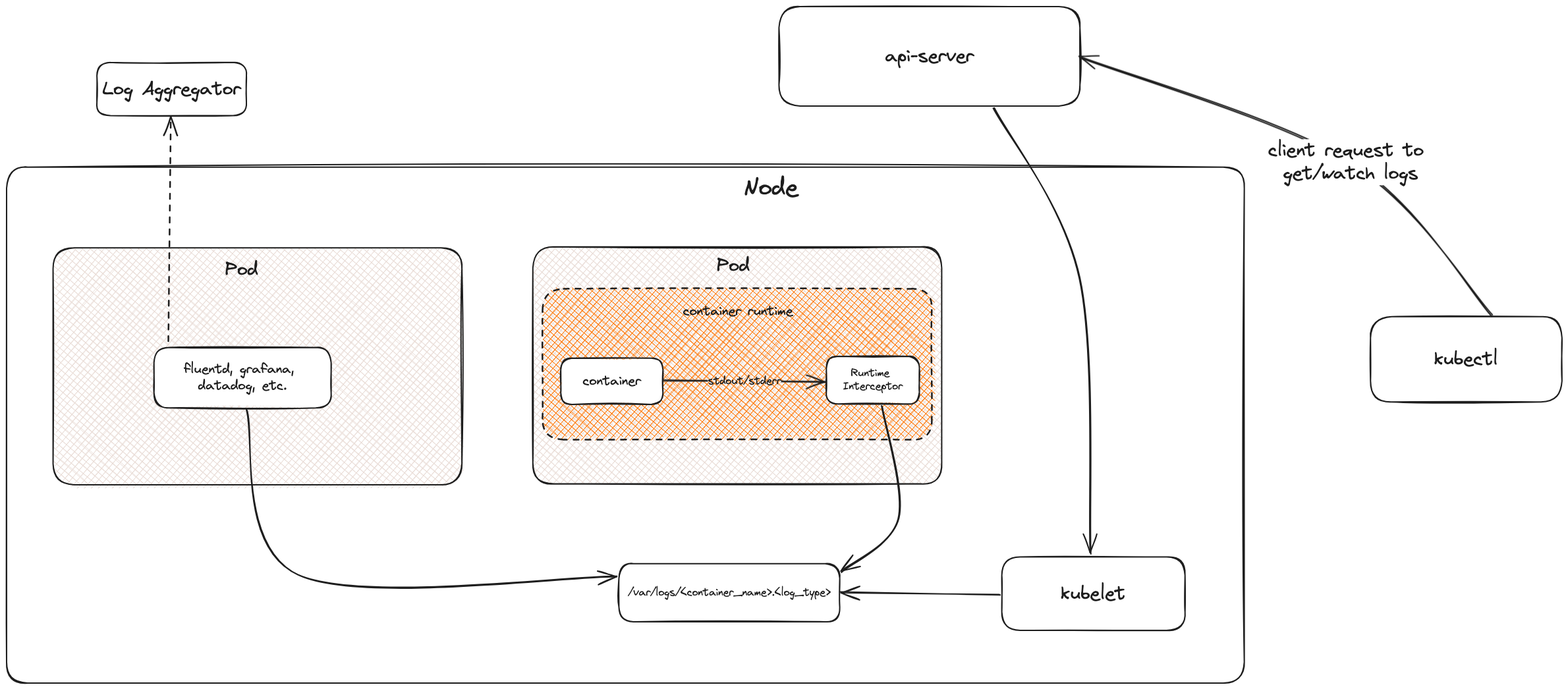
Earlier version of the Excalidraw export static/diagrams/container-logs.excalidraw.png (AnshumanTripathi/anshumantripathi.github.io). Source tidied: one line per element, renumbered; positions are measured from the earlier drawing's top-left corner, leaving out a move shared by most shapes.
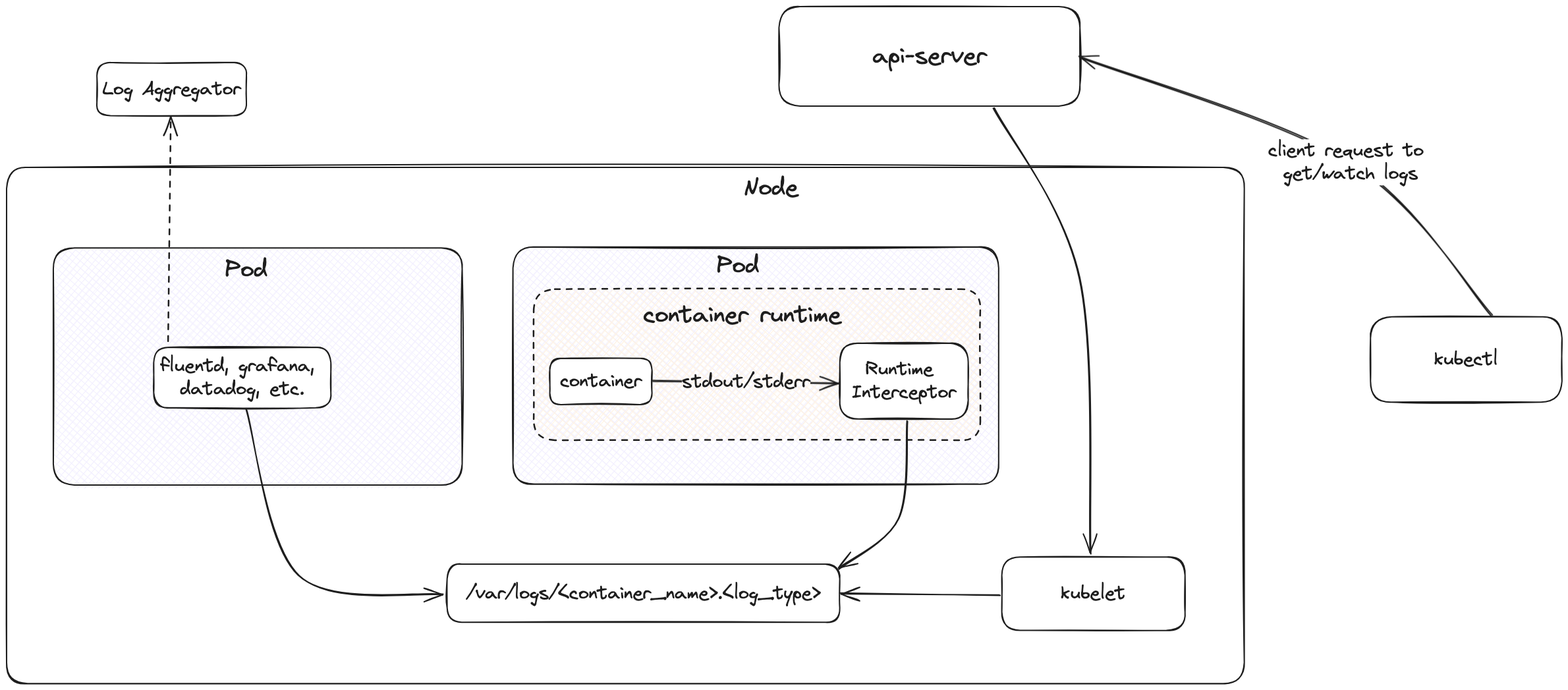
Above is the later version.

Commit message:
Update container logging diagram

Change to the diagram source:
```diff
@@ -1,33 +1,33 @@
 {"id": 0, "type": "rectangle", "strokeColor": "#1e1e1e", "backgroundColor": "#ffffff", "fillStyle": "solid", "strokeWidth": 2, "roughness": 1, "round": true, "x": 0, "y": 244, "width": 1879, "height": 783}
-{"id": 1, "type": "rectangle", "strokeColor": "#1e1e1e", "backgroundColor": "#eaddd7", "fillStyle": "cross-hatch", "strokeWidth": 2, "roughness": 1, "round": true, "x": 799, "y": 365, "width": 621, "height": 360}
+{"id": 1, "type": "rectangle", "strokeColor": "#1e1e1e", "backgroundColor": "#f3f0ff", "fillStyle": "cross-hatch", "strokeWidth": 2, "roughness": 1, "round": true, "x": 769, "y": 365, "width": 737, "height": 360}
-{"id": 2, "type": "rectangle", "strokeColor": "#1e1e1e", "backgroundColor": "#fd7e14", "fillStyle": "cross-hatch", "strokeWidth": 2, "strokeStyle": "dashed", "roughness": 1, "round": true, "x": 813, "y": 428, "width": 591, "height": 229}
+{"id": 2, "type": "rectangle", "strokeColor": "#1e1e1e", "backgroundColor": "#fff4e6", "fillStyle": "cross-hatch", "strokeWidth": 2, "strokeStyle": "dashed", "roughness": 1, "round": true, "x": 800, "y": 429, "width": 678, "height": 229}
-{"id": 3, "type": "rectangle", "strokeColor": "#1e1e1e", "backgroundColor": "#ffffff", "fillStyle": "solid", "strokeWidth": 2, "roughness": 1, "round": true, "x": 841, "y": 534, "width": 155, "height": 70}
+{"id": 3, "type": "rectangle", "strokeColor": "#1e1e1e", "backgroundColor": "#ffffff", "fillStyle": "solid", "strokeWidth": 2, "roughness": 1, "round": true, "x": 825, "y": 534, "width": 155, "height": 70}
-{"id": 4, "type": "text", "text": "container", "strokeColor": "#1e1e1e", "backgroundColor": "#ffffff", "fillStyle": "solid", "strokeWidth": 2, "strokeStyle": "dashed", "roughness": 1, "fontSize": 20, "fontFamily": 1, "textAlign": "center", "verticalAlign": "middle", "inside": 3, "x": 875, "y": 556, "width": 88, "height": 25}
+{"id": 4, "type": "text", "text": "container", "strokeColor": "#1e1e1e", "backgroundColor": "#ffffff", "fillStyle": "solid", "strokeWidth": 2, "strokeStyle": "dashed", "roughness": 1, "fontSize": 28, "fontFamily": 1, "textAlign": "center", "verticalAlign": "middle", "inside": 3, "x": 840, "y": 551, "width": 124, "height": 35}
-{"id": 5, "type": "text", "text": "container runtime", "strokeColor": "#1e1e1e", "backgroundColor": "#ffffff", "fillStyle": "solid", "strokeWidth": 2, "strokeStyle": "dashed", "roughness": 1, "fontSize": 20, "fontFamily": 1, "x": 1027, "y": 450, "width": 167, "height": 25}
+{"id": 5, "type": "text", "text": "container runtime", "strokeColor": "#1e1e1e", "backgroundColor": "#ffffff", "fillStyle": "solid", "strokeWidth": 2, "strokeStyle": "dashed", "roughness": 1, "fontSize": 36, "fontFamily": 1, "x": 966, "y": 446, "width": 300, "height": 45}
-{"id": 6, "type": "rectangle", "strokeColor": "#1e1e1e", "backgroundColor": "#ffffff", "fillStyle": "solid", "strokeWidth": 2, "roughness": 1, "round": true, "x": 1244, "y": 531, "width": 141, "height": 72}
+{"id": 6, "type": "rectangle", "strokeColor": "#1e1e1e", "backgroundColor": "#ffffff", "fillStyle": "solid", "strokeWidth": 2, "roughness": 1, "round": true, "x": 1265, "y": 511, "width": 195, "height": 115}
-{"id": 7, "type": "text", "text": "Runtime \nInterceptor", "strokeColor": "#1e1e1e", "backgroundColor": "#ffffff", "fillStyle": "solid", "strokeWidth": 2, "roughness": 1, "fontSize": 16, "fontFamily": 1, "textAlign": "center", "verticalAlign": "middle", "inside": 6, "x": 1270, "y": 547, "width": 90, "height": 40}
+{"id": 7, "type": "text", "text": "Runtime \nInterceptor", "strokeColor": "#1e1e1e", "backgroundColor": "#ffffff", "fillStyle": "solid", "strokeWidth": 2, "roughness": 1, "fontSize": 28, "fontFamily": 1, "textAlign": "center", "verticalAlign": "middle", "inside": 6, "x": 1283, "y": 533, "width": 158, "height": 70}
-{"id": 8, "type": "arrow", "strokeColor": "#1e1e1e", "backgroundColor": "#ffffff", "fillStyle": "solid", "strokeWidth": 2, "roughness": 1, "endArrowhead": "arrow", "round": true, "from": 3, "to": 6, "x": 997, "y": 568, "width": 246, "height": 2, "points": [[0, 0], [246, 2]]}
+{"id": 8, "type": "arrow", "strokeColor": "#1e1e1e", "backgroundColor": "#ffffff", "fillStyle": "solid", "strokeWidth": 2, "roughness": 1, "endArrowhead": "arrow", "round": true, "from": 3, "to": 6, "x": 981, "y": 568, "width": 283, "height": 3, "points": [[0, 0], [283, 3]]}
-{"id": 9, "type": "text", "text": "stdout/stderr", "strokeColor": "#1e1e1e", "backgroundColor": "#ffffff", "fillStyle": "solid", "strokeWidth": 2, "roughness": 1, "fontSize": 16, "fontFamily": 1, "textAlign": "center", "verticalAlign": "middle", "inside": 8, "x": 1032, "y": 464, "width": 111, "height": 20}
+{"id": 9, "type": "text", "text": "stdout/stderr", "strokeColor": "#1e1e1e", "backgroundColor": "#ffffff", "fillStyle": "solid", "strokeWidth": 2, "roughness": 1, "fontSize": 28, "fontFamily": 1, "textAlign": "center", "verticalAlign": "middle", "inside": 8, "x": 1033, "y": 552, "width": 195, "height": 35}
-{"id": 10, "type": "rectangle", "strokeColor": "#1e1e1e", "backgroundColor": "#ffffff", "fillStyle": "solid", "strokeWidth": 2, "roughness": 1, "round": true, "x": 929, "y": 846, "width": 335, "height": 88}
+{"id": 10, "type": "rectangle", "strokeColor": "#1e1e1e", "backgroundColor": "#ffffff", "fillStyle": "solid", "strokeWidth": 2, "roughness": 1, "round": true, "x": 669, "y": 846, "width": 596, "height": 88}
-{"id": 11, "type": "text", "text": "/var/logs/<container_name>.<log_type>", "strokeColor": "#1e1e1e", "backgroundColor": "#ffffff", "fillStyle": "solid", "strokeWidth": 2, "roughness": 1, "fontSize": 16, "fontFamily": 1, "textAlign": "center", "verticalAlign": "middle", "inside": 10, "x": 943, "y": 880, "width": 307, "height": 20}
+{"id": 11, "type": "text", "text": "/var/logs/<container_name>.<log_type>", "strokeColor": "#1e1e1e", "backgroundColor": "#ffffff", "fillStyle": "solid", "strokeWidth": 2, "roughness": 1, "fontSize": 28, "fontFamily": 1, "textAlign": "center", "verticalAlign": "middle", "inside": 10, "x": 698, "y": 873, "width": 538, "height": 35}
-{"id": 12, "type": "arrow", "strokeColor": "#1e1e1e", "backgroundColor": "#ffffff", "fillStyle": "solid", "strokeWidth": 2, "roughness": 1, "endArrowhead": "arrow", "round": true, "from": 6, "to": 10, "x": 1328, "y": 607, "width": 88, "height": 251, "points": [[0, 0], [27, 171], [-61, 251]]}
+{"id": 12, "type": "arrow", "strokeColor": "#1e1e1e", "backgroundColor": "#ffffff", "fillStyle": "solid", "strokeWidth": 2, "roughness": 1, "endArrowhead": "arrow", "round": true, "from": 6, "x": 1367, "y": 630, "width": 103, "height": 223, "points": [[0, 0], [-12, 148], [-103, 223]]}
-{"id": 13, "type": "rectangle", "strokeColor": "#1e1e1e", "backgroundColor": "#ffffff", "fillStyle": "solid", "strokeWidth": 2, "roughness": 1, "round": true, "x": 1511, "y": 836, "width": 278, "height": 111}
+{"id": 13, "type": "rectangle", "strokeColor": "#1e1e1e", "backgroundColor": "#ffffff", "fillStyle": "solid", "strokeWidth": 2, "roughness": 1, "round": true, "x": 1511, "y": 835, "width": 278, "height": 111}
-{"id": 14, "type": "text", "text": "kubelet", "strokeColor": "#1e1e1e", "backgroundColor": "#ffffff", "fillStyle": "solid", "strokeWidth": 2, "roughness": 1, "fontSize": 28, "fontFamily": 1, "textAlign": "center", "verticalAlign": "middle", "inside": 13, "x": 1601, "y": 874, "width": 98, "height": 35}
+{"id": 14, "type": "text", "text": "kubelet", "strokeColor": "#1e1e1e", "backgroundColor": "#ffffff", "fillStyle": "solid", "strokeWidth": 2, "roughness": 1, "fontSize": 28, "fontFamily": 1, "textAlign": "center", "verticalAlign": "middle", "inside": 13, "x": 1601, "y": 873, "width": 98, "height": 35}
-{"id": 15, "type": "arrow", "strokeColor": "#1e1e1e", "backgroundColor": "#ffffff", "fillStyle": "solid", "strokeWidth": 2, "roughness": 1, "endArrowhead": "arrow", "round": true, "from": 13, "to": 10, "x": 1508, "y": 893, "width": 242, "height": 4, "points": [[0, 0], [-242, -4]]}
+{"id": 15, "type": "arrow", "strokeColor": "#1e1e1e", "backgroundColor": "#ffffff", "fillStyle": "solid", "strokeWidth": 2, "roughness": 1, "endArrowhead": "arrow", "round": true, "from": 13, "to": 10, "x": 1508, "y": 893, "width": 242, "height": 3, "points": [[0, 0], [-242, -3]]}
 {"id": 16, "type": "rectangle", "strokeColor": "#1e1e1e", "backgroundColor": "#ffffff", "fillStyle": "solid", "strokeWidth": 2, "roughness": 1, "round": true, "x": 1172, "y": 0, "width": 457, "height": 151}
-{"id": 17, "type": "text", "text": "api-server", "strokeColor": "#1e1e1e", "backgroundColor": "#ffffff", "fillStyle": "solid", "strokeWidth": 2, "roughness": 1, "fontSize": 28, "fontFamily": 1, "textAlign": "center", "verticalAlign": "middle", "inside": 16, "x": 1333, "y": 58, "width": 135, "height": 35}
+{"id": 17, "type": "text", "text": "api-server", "strokeColor": "#1e1e1e", "backgroundColor": "#ffffff", "fillStyle": "solid", "strokeWidth": 2, "roughness": 1, "fontSize": 36, "fontFamily": 1, "textAlign": "center", "verticalAlign": "middle", "inside": 16, "x": 1314, "y": 53, "width": 173, "height": 45}
 {"id": 18, "type": "text", "text": "Node", "strokeColor": "#1e1e1e", "backgroundColor": "#ffffff", "fillStyle": "solid", "strokeWidth": 2, "roughness": 1, "fontSize": 36, "fontFamily": 1, "x": 1118, "y": 253, "width": 83, "height": 45}
 {"id": 19, "type": "arrow", "strokeColor": "#1e1e1e", "backgroundColor": "#ffffff", "fillStyle": "solid", "strokeWidth": 2, "roughness": 1, "endArrowhead": "arrow", "round": true, "from": 16, "to": 13, "x": 1498, "y": 153, "width": 148, "height": 677, "points": [[0, 0], [130, 259], [148, 677]]}
 {"id": 20, "type": "rectangle", "strokeColor": "#1e1e1e", "backgroundColor": "#ffffff", "fillStyle": "solid", "strokeWidth": 2, "roughness": 1, "round": true, "x": 2070, "y": 471, "width": 291, "height": 129}
 {"id": 21, "type": "text", "text": "kubectl", "strokeColor": "#1e1e1e", "backgroundColor": "#ffffff", "fillStyle": "solid", "strokeWidth": 2, "roughness": 1, "fontSize": 28, "fontFamily": 1, "textAlign": "center", "verticalAlign": "middle", "inside": 20, "x": 2167, "y": 518, "width": 96, "height": 35}
 {"id": 22, "type": "arrow", "strokeColor": "#1e1e1e", "backgroundColor": "#ffffff", "fillStyle": "solid", "strokeWidth": 2, "roughness": 1, "endArrowhead": "arrow", "round": true, "from": 20, "x": 2254, "y": 468, "width": 626, "height": 393, "points": [[0, 0], [-214, -232], [-626, -393]]}
 {"id": 23, "type": "text", "text": "client request to \nget/watch logs", "strokeColor": "#1e1e1e", "backgroundColor": "#ffffff", "fillStyle": "solid", "strokeWidth": 2, "roughness": 1, "fontSize": 28, "fontFamily": 1, "textAlign": "center", "verticalAlign": "middle", "inside": 22, "x": 2056, "y": 118, "width": 250, "height": 70}
-{"id": 24, "type": "text", "text": "Pod", "strokeColor": "#1e1e1e", "strokeWidth": 2, "roughness": 1, "fontSize": 28, "fontFamily": 1, "x": 1078, "y": 376, "width": 50, "height": 35}
+{"id": 24, "type": "text", "text": "Pod", "strokeColor": "#1e1e1e", "strokeWidth": 2, "roughness": 1, "fontSize": 36, "fontFamily": 1, "x": 1078, "y": 371, "width": 64, "height": 45}
-{"id": 25, "type": "rectangle", "strokeColor": "#1e1e1e", "backgroundColor": "#eaddd7", "fillStyle": "cross-hatch", "strokeWidth": 2, "roughness": 1, "round": true, "x": 71, "y": 366, "width": 621, "height": 360}
+{"id": 25, "type": "rectangle", "strokeColor": "#1e1e1e", "backgroundColor": "#f3f0ff", "fillStyle": "cross-hatch", "strokeWidth": 2, "roughness": 1, "round": true, "x": 71, "y": 366, "width": 621, "height": 360}
-{"id": 26, "type": "text", "text": "Pod", "strokeColor": "#1e1e1e", "strokeWidth": 2, "roughness": 1, "fontSize": 28, "fontFamily": 1, "x": 332, "y": 382, "width": 50, "height": 35}
+{"id": 26, "type": "text", "text": "Pod", "strokeColor": "#1e1e1e", "strokeWidth": 2, "roughness": 1, "fontSize": 36, "fontFamily": 1, "x": 332, "y": 377, "width": 64, "height": 45}
-{"id": 27, "type": "rectangle", "strokeColor": "#1e1e1e", "backgroundColor": "#ffffff", "fillStyle": "solid", "strokeWidth": 2, "roughness": 1, "round": true, "x": 224, "y": 517, "width": 269, "height": 92}
+{"id": 27, "type": "rectangle", "strokeColor": "#1e1e1e", "backgroundColor": "#ffffff", "fillStyle": "solid", "strokeWidth": 2, "roughness": 1, "round": true, "x": 223, "y": 517, "width": 269, "height": 92}
-{"id": 28, "type": "text", "text": "fluentd, grafana, \ndatadog, etc.", "strokeColor": "#1e1e1e", "backgroundColor": "#ffffff", "fillStyle": "solid", "strokeWidth": 2, "strokeStyle": "dashed", "roughness": 1, "fontSize": 20, "fontFamily": 1, "textAlign": "center", "verticalAlign": "middle", "inside": 27, "x": 270, "y": 538, "width": 177, "height": 50}
+{"id": 28, "type": "text", "text": "fluentd, grafana, \ndatadog, etc.", "strokeColor": "#1e1e1e", "backgroundColor": "#ffffff", "fillStyle": "solid", "strokeWidth": 2, "strokeStyle": "dashed", "roughness": 1, "fontSize": 28, "fontFamily": 1, "textAlign": "center", "verticalAlign": "middle", "inside": 27, "x": 234, "y": 528, "width": 248, "height": 70}
-{"id": 29, "type": "arrow", "strokeColor": "#1e1e1e", "backgroundColor": "#eaddd7", "fillStyle": "cross-hatch", "strokeWidth": 2, "roughness": 1, "endArrowhead": "arrow", "round": true, "from": 27, "to": 10, "x": 364, "y": 613, "width": 562, "height": 253, "points": [[0, 0], [79, 250], [562, 253]]}
+{"id": 29, "type": "arrow", "strokeColor": "#1e1e1e", "backgroundColor": "#eaddd7", "fillStyle": "cross-hatch", "strokeWidth": 2, "roughness": 1, "endArrowhead": "arrow", "round": true, "from": 27, "to": 10, "x": 364, "y": 612, "width": 298, "height": 280, "points": [[0, 0], [79, 251], [298, 280]]}
 {"id": 30, "type": "arrow", "strokeColor": "#1e1e1e", "backgroundColor": "#eaddd7", "fillStyle": "cross-hatch", "strokeWidth": 2, "strokeStyle": "dashed", "roughness": 1, "endArrowhead": "arrow", "round": true, "from": 27, "to": 31, "x": 246, "y": 508, "width": 2, "height": 341, "points": [[0, 0], [2, -341]]}
 {"id": 31, "type": "rectangle", "strokeColor": "#1e1e1e", "backgroundColor": "#ffffff", "fillStyle": "solid", "strokeWidth": 2, "roughness": 1, "round": true, "x": 137, "y": 85, "width": 227, "height": 81}
 {"id": 32, "type": "text", "text": "Log Aggregator", "strokeColor": "#1e1e1e", "backgroundColor": "#ffffff", "fillStyle": "solid", "strokeWidth": 2, "roughness": 1, "fontSize": 28, "fontFamily": 1, "textAlign": "center", "verticalAlign": "middle", "inside": 31, "x": 145, "y": 108, "width": 210, "height": 35}
```
